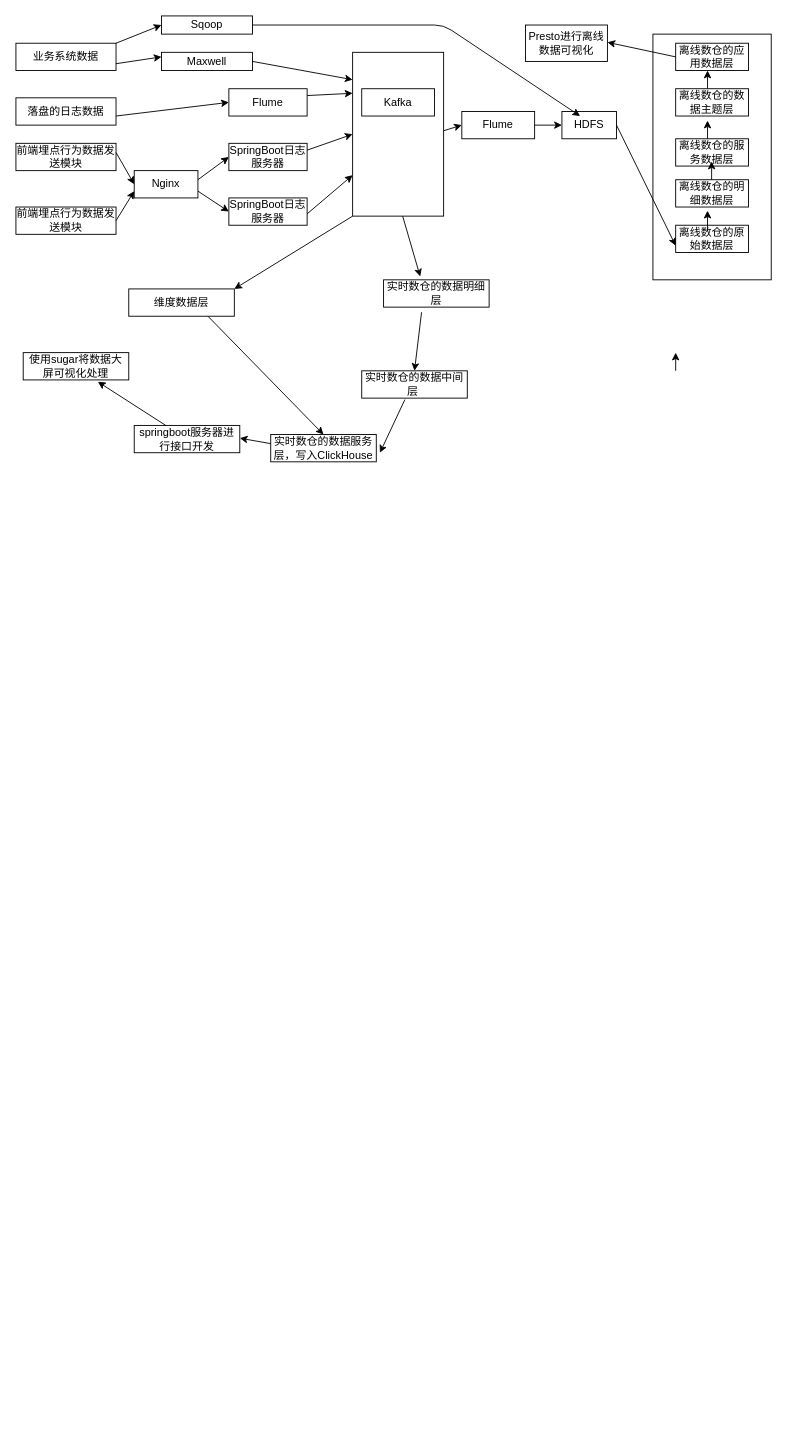
Earlier version of the draw.io diagram Untitled Diagram.drawio (kiedeng/Waking-Up). Source tidied: cells renumbered, new cells numbered last; positions are measured from the earlier drawing's top-left corner, leaving out a move shared by most shapes. Both pictures are drawn from the tidied source at 91%, with x=0, y=0 at pixel (15, 15).
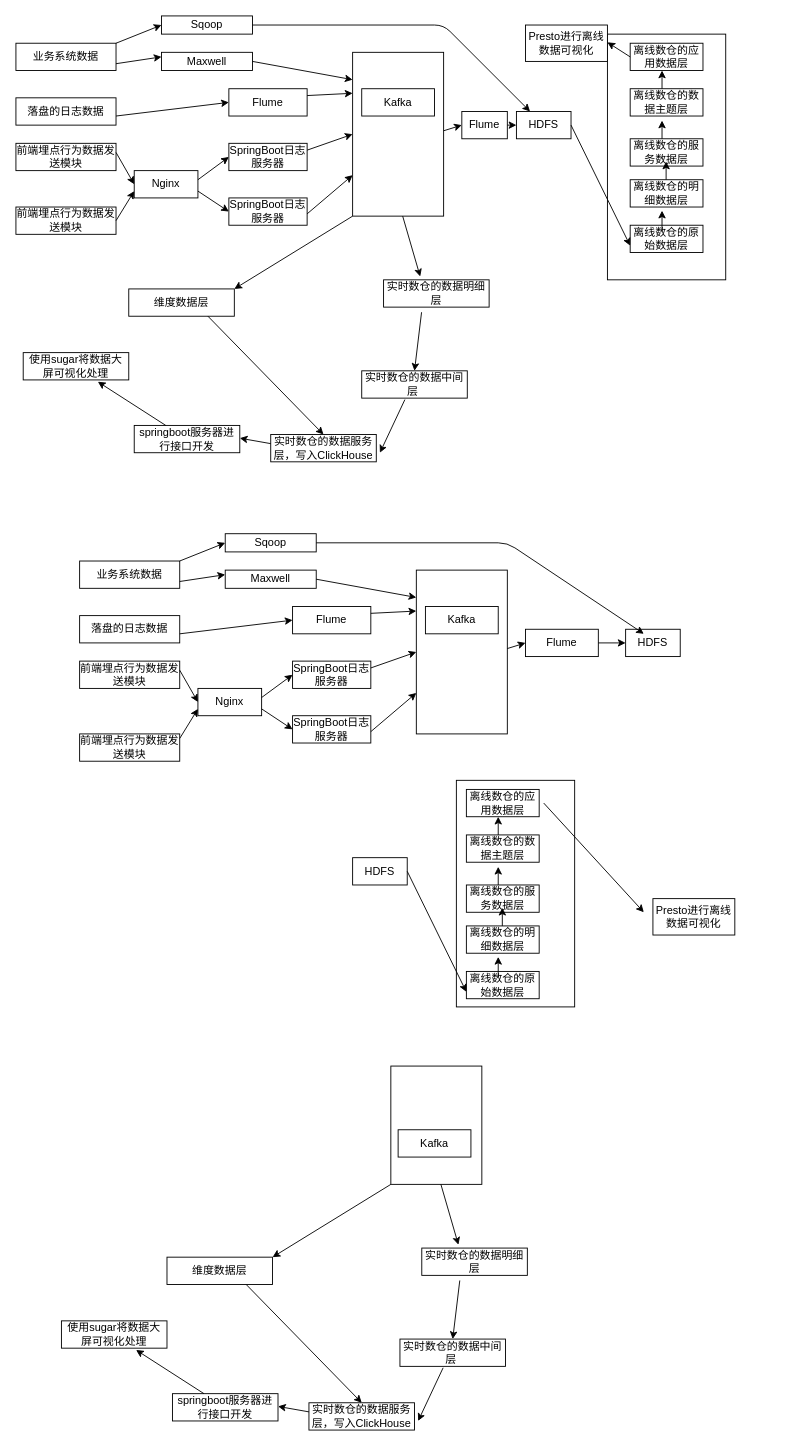
The same page after the edit.

What changed in the source:
```diff
@@
     <mxCell id="14" value="Flume" style="rounded=0;whiteSpace=wrap;html=1;" parent="1" vertex="1">
-      <mxGeometry x="490" y="105" width="80" height="30" as="geometry" />
+      <mxGeometry x="490" y="105" width="50" height="30" as="geometry" />
     </mxCell>
     <mxCell id="15" value="HDFS" style="rounded=0;whiteSpace=wrap;html=1;" parent="1" vertex="1">
-      <mxGeometry x="600" y="105" width="60" height="30" as="geometry" />
+      <mxGeometry x="550" y="105" width="60" height="30" as="geometry" />
     </mxCell>
     <mxCell id="16" style="rounded=0;whiteSpace=wrap;html=1;" parent="1" vertex="1">
-      <mxGeometry x="700" y="20" width="130" height="270" as="geometry" />
+      <mxGeometry x="650" y="20" width="130" height="270" as="geometry" />
     </mxCell>
@@
     <mxCell id="20" value="离线数仓的明细数据层" style="rounded=0;whiteSpace=wrap;html=1;" parent="1" vertex="1">
-      <mxGeometry x="725" y="180" width="80" height="30" as="geometry" />
+      <mxGeometry x="675" y="180" width="80" height="30" as="geometry" />
     </mxCell>
     <mxCell id="21" value="离线数仓的服务数据层" style="rounded=0;whiteSpace=wrap;html=1;" parent="1" vertex="1">
-      <mxGeometry x="725" y="135" width="80" height="30" as="geometry" />
+      <mxGeometry x="675" y="135" width="80" height="30" as="geometry" />
     </mxCell>
     <mxCell id="22" value="离线数仓的数据主题层" style="rounded=0;whiteSpace=wrap;html=1;" parent="1" vertex="1">
-      <mxGeometry x="725" y="80" width="80" height="30" as="geometry" />
+      <mxGeometry x="675" y="80" width="80" height="30" as="geometry" />
     </mxCell>
     <mxCell id="23" value="离线数仓的应用数据层" style="rounded=0;whiteSpace=wrap;html=1;" parent="1" vertex="1">
-      <mxGeometry x="725" y="30" width="80" height="30" as="geometry" />
+      <mxGeometry x="675" y="30" width="80" height="30" as="geometry" />
     </mxCell>
     <mxCell id="24" value="离线数仓的原始数据层" style="rounded=0;whiteSpace=wrap;html=1;" parent="1" vertex="1">
-      <mxGeometry x="725" y="230" width="80" height="30" as="geometry" />
+      <mxGeometry x="675" y="230" width="80" height="30" as="geometry" />
     </mxCell>
@@
     <mxCell id="40" style="endArrow=classic;html=1;exitX=1;exitY=0.25;exitDx=0;exitDy=0;" parent="1" edge="1">
       <mxGeometry relative="1" as="geometry">
         <mxPoint x="570" y="120" as="sourcePoint" />
-        <mxPoint x="600" y="120" as="targetPoint" />
+        <mxPoint x="570" y="120" as="targetPoint" />
       </mxGeometry>
     </mxCell>
@@
     <mxCell id="42" style="endArrow=classic;html=1;exitX=1;exitY=0.25;exitDx=0;exitDy=0;" parent="1" edge="1">
       <mxGeometry relative="1" as="geometry">
-        <mxPoint x="760" y="236.2" as="sourcePoint" />
-        <mxPoint x="760" y="214" as="targetPoint" />
+        <mxPoint x="710" y="236.2" as="sourcePoint" />
+        <mxPoint x="710" y="214" as="targetPoint" />
       </mxGeometry>
     </mxCell>
-    <mxCell id="43" style="endArrow=classic;html=1;" parent="1" edge="1">
-      <mxGeometry relative="1" as="geometry">
-        <mxPoint x="725" y="390" as="sourcePoint" />
-        <mxPoint x="725" y="370" as="targetPoint" />
-      </mxGeometry>
-    </mxCell>
     <mxCell id="44" style="endArrow=classic;html=1;" parent="1" edge="1">
       <mxGeometry relative="1" as="geometry">
-        <mxPoint x="764.5" y="180" as="sourcePoint" />
-        <mxPoint x="764.5" y="160" as="targetPoint" />
+        <mxPoint x="714.5" y="180" as="sourcePoint" />
+        <mxPoint x="714.5" y="160" as="targetPoint" />
       </mxGeometry>
     </mxCell>
     <mxCell id="45" style="endArrow=classic;html=1;" parent="1" edge="1">
       <mxGeometry relative="1" as="geometry">
-        <mxPoint x="760" y="80" as="sourcePoint" />
-        <mxPoint x="760" y="60" as="targetPoint" />
+        <mxPoint x="710" y="80" as="sourcePoint" />
+        <mxPoint x="710" y="60" as="targetPoint" />
       </mxGeometry>
     </mxCell>
     <mxCell id="46" style="endArrow=classic;html=1;" parent="1" edge="1">
       <mxGeometry relative="1" as="geometry">
-        <mxPoint x="760" y="135" as="sourcePoint" />
-        <mxPoint x="760" y="115" as="targetPoint" />
+        <mxPoint x="710" y="135" as="sourcePoint" />
+        <mxPoint x="710" y="115" as="targetPoint" />
       </mxGeometry>
     </mxCell>
@@
-    <mxCell id="56" style="endArrow=classic;html=1;exitX=1;exitY=0;exitDx=0;exitDy=0;" parent="1" edge="1">
+    <mxCell id="56" style="endArrow=classic;html=1;exitX=1;exitY=0;exitDx=0;exitDy=0;entryX=0.25;entryY=0;entryDx=0;entryDy=0;" parent="1" edge="1" target="15">
       <mxGeometry relative="1" as="geometry">
         <mxPoint x="260" y="10" as="sourcePoint" />
-        <mxPoint x="620" y="110" as="targetPoint" />
         <Array as="points">
           <mxPoint x="470" y="10" />
         </Array>
       </mxGeometry>
     </mxCell>
+    <mxCell id="57" value="业务系统数据" style="rounded=0;whiteSpace=wrap;html=1;" parent="1" vertex="1">
+      <mxGeometry x="70" y="599" width="110" height="30" as="geometry" />
+    </mxCell>
+    <mxCell id="58" value="Sqoop" style="rounded=0;whiteSpace=wrap;html=1;" parent="1" vertex="1">
+      <mxGeometry x="230" y="569" width="100" height="20" as="geometry" />
+    </mxCell>
+    <mxCell id="59" value="Maxwell" style="rounded=0;whiteSpace=wrap;html=1;" parent="1" vertex="1">
+      <mxGeometry x="230" y="609" width="100" height="20" as="geometry" />
+    </mxCell>
+    <mxCell id="60" style="endArrow=classic;html=1;exitX=1;exitY=0;exitDx=0;exitDy=0;" parent="1" edge="1" source="57">
+      <mxGeometry relative="1" as="geometry">
+        <mxPoint x="230" y="579" as="targetPoint" />
+      </mxGeometry>
+    </mxCell>
+    <mxCell id="61" value="落盘的日志数据" style="rounded=0;whiteSpace=wrap;html=1;" parent="1" vertex="1">
+      <mxGeometry x="70" y="659" width="110" height="30" as="geometry" />
+    </mxCell>
+    <mxCell id="62" value="前端埋点行为数据发送模块" style="rounded=0;whiteSpace=wrap;html=1;" parent="1" vertex="1">
+      <mxGeometry x="70" y="789" width="110" height="30" as="geometry" />
+    </mxCell>
+    <mxCell id="63" value="前端埋点行为数据发送模块" style="rounded=0;whiteSpace=wrap;html=1;" parent="1" vertex="1">
+      <mxGeometry x="70" y="709" width="110" height="30" as="geometry" />
+    </mxCell>
+    <mxCell id="64" value="Nginx" style="rounded=0;whiteSpace=wrap;html=1;" parent="1" vertex="1">
+      <mxGeometry x="200" y="739" width="70" height="30" as="geometry" />
+    </mxCell>
+    <mxCell id="65" value="SpringBoot日志服务器" style="rounded=0;whiteSpace=wrap;html=1;" parent="1" vertex="1">
+      <mxGeometry x="304" y="709" width="86" height="30" as="geometry" />
+    </mxCell>
+    <mxCell id="66" value="SpringBoot日志服务器" style="rounded=0;whiteSpace=wrap;html=1;" parent="1" vertex="1">
+      <mxGeometry x="304" y="769" width="86" height="30" as="geometry" />
+    </mxCell>
+    <mxCell id="67" style="rounded=0;whiteSpace=wrap;html=1;" parent="1" vertex="1">
+      <mxGeometry x="440" y="609" width="100" height="180" as="geometry" />
+    </mxCell>
+    <mxCell id="68" value="Flume" style="rounded=0;whiteSpace=wrap;html=1;" parent="1" vertex="1">
+      <mxGeometry x="304" y="649" width="86" height="30" as="geometry" />
+    </mxCell>
+    <mxCell id="69" value="Flume" style="rounded=0;whiteSpace=wrap;html=1;" parent="1" vertex="1">
+      <mxGeometry x="560" y="674" width="80" height="30" as="geometry" />
+    </mxCell>
+    <mxCell id="70" value="HDFS" style="rounded=0;whiteSpace=wrap;html=1;" parent="1" vertex="1">
+      <mxGeometry x="670" y="674" width="60" height="30" as="geometry" />
+    </mxCell>
+    <mxCell id="71" value="Kafka" style="rounded=0;whiteSpace=wrap;html=1;" parent="1" vertex="1">
+      <mxGeometry x="450" y="649" width="80" height="30" as="geometry" />
+    </mxCell>
+    <mxCell id="72" style="endArrow=classic;html=1;exitX=1;exitY=0.75;exitDx=0;exitDy=0;entryX=0;entryY=0.25;entryDx=0;entryDy=0;" parent="1" edge="1" source="57" target="59">
+      <mxGeometry relative="1" as="geometry" />
+    </mxCell>
+    <mxCell id="73" style="endArrow=classic;html=1;exitX=1;exitY=0;exitDx=0;exitDy=0;entryX=0;entryY=0.5;entryDx=0;entryDy=0;" parent="1" edge="1" target="68">
+      <mxGeometry relative="1" as="geometry">
+        <mxPoint x="180" y="679" as="sourcePoint" />
+      </mxGeometry>
+    </mxCell>
+    <mxCell id="74" style="endArrow=classic;html=1;exitX=1;exitY=0;exitDx=0;exitDy=0;entryX=0;entryY=0.5;entryDx=0;entryDy=0;" parent="1" edge="1" target="64">
+      <mxGeometry relative="1" as="geometry">
+        <mxPoint x="180" y="719" as="sourcePoint" />
+      </mxGeometry>
+    </mxCell>
+    <mxCell id="75" style="endArrow=classic;html=1;exitX=1;exitY=0.5;exitDx=0;exitDy=0;entryX=0;entryY=0.75;entryDx=0;entryDy=0;" parent="1" edge="1" target="64">
+      <mxGeometry relative="1" as="geometry">
+        <mxPoint x="180" y="794" as="sourcePoint" />
+      </mxGeometry>
+    </mxCell>
+    <mxCell id="76" style="endArrow=classic;html=1;exitX=1;exitY=0;exitDx=0;exitDy=0;entryX=0;entryY=0.5;entryDx=0;entryDy=0;" parent="1" edge="1" target="65">
+      <mxGeometry relative="1" as="geometry">
+        <mxPoint x="270" y="749" as="sourcePoint" />
+      </mxGeometry>
+    </mxCell>
+    <mxCell id="77" style="endArrow=classic;html=1;exitX=1;exitY=0.75;exitDx=0;exitDy=0;entryX=0;entryY=0.5;entryDx=0;entryDy=0;" parent="1" edge="1" source="64" target="66">
+      <mxGeometry relative="1" as="geometry" />
+    </mxCell>
+    <mxCell id="78" style="endArrow=classic;html=1;exitX=1;exitY=0.25;exitDx=0;exitDy=0;entryX=0;entryY=0.25;entryDx=0;entryDy=0;" parent="1" edge="1" source="68" target="67">
+      <mxGeometry relative="1" as="geometry" />
+    </mxCell>
+    <mxCell id="79" style="endArrow=classic;html=1;exitX=1;exitY=0.25;exitDx=0;exitDy=0;entryX=0;entryY=0.5;entryDx=0;entryDy=0;" parent="1" edge="1" source="65" target="67">
+      <mxGeometry relative="1" as="geometry" />
+    </mxCell>
+    <mxCell id="80" style="endArrow=classic;html=1;exitX=1;exitY=0.25;exitDx=0;exitDy=0;entryX=0;entryY=0.75;entryDx=0;entryDy=0;" parent="1" edge="1" target="67">
+      <mxGeometry relative="1" as="geometry">
+        <mxPoint x="390" y="786.5" as="sourcePoint" />
+      </mxGeometry>
+    </mxCell>
+    <mxCell id="81" style="endArrow=classic;html=1;exitX=1;exitY=0.25;exitDx=0;exitDy=0;entryX=0;entryY=0.5;entryDx=0;entryDy=0;" parent="1" edge="1" target="69">
+      <mxGeometry relative="1" as="geometry">
+        <mxPoint x="540" y="695.2" as="sourcePoint" />
+      </mxGeometry>
+    </mxCell>
+    <mxCell id="82" style="endArrow=classic;html=1;exitX=1;exitY=0.25;exitDx=0;exitDy=0;" parent="1" edge="1">
+      <mxGeometry relative="1" as="geometry">
+        <mxPoint x="640" y="689" as="sourcePoint" />
+        <mxPoint x="670" y="689" as="targetPoint" />
+      </mxGeometry>
+    </mxCell>
+    <mxCell id="83" style="endArrow=classic;html=1;exitX=1;exitY=0.75;exitDx=0;exitDy=0;entryX=0;entryY=0.167;entryDx=0;entryDy=0;entryPerimeter=0;" parent="1" edge="1" target="67">
+      <mxGeometry relative="1" as="geometry">
+        <mxPoint x="330" y="619" as="sourcePoint" />
+      </mxGeometry>
+    </mxCell>
+    <mxCell id="84" style="endArrow=classic;html=1;exitX=1;exitY=0;exitDx=0;exitDy=0;" parent="1" edge="1">
+      <mxGeometry relative="1" as="geometry">
+        <mxPoint x="330" y="579" as="sourcePoint" />
+        <mxPoint x="690" y="679" as="targetPoint" />
+        <Array as="points">
+          <mxPoint x="540" y="579" />
+        </Array>
+      </mxGeometry>
+    </mxCell>
+    <mxCell id="85" style="rounded=0;whiteSpace=wrap;html=1;" parent="1" vertex="1">
+      <mxGeometry x="412" y="1154" width="100" height="130" as="geometry" />
+    </mxCell>
+    <mxCell id="86" value="Kafka" style="rounded=0;whiteSpace=wrap;html=1;" parent="1" vertex="1">
+      <mxGeometry x="420" y="1224" width="80" height="30" as="geometry" />
+    </mxCell>
+    <mxCell id="87" value="实时数仓的数据明细层" style="rounded=0;whiteSpace=wrap;html=1;" parent="1" vertex="1">
+      <mxGeometry x="446" y="1354" width="116" height="30" as="geometry" />
+    </mxCell>
+    <mxCell id="88" value="实时数仓的数据中间层&lt;span style=&quot;white-space: pre&quot;&gt; &lt;/span&gt;" style="rounded=0;whiteSpace=wrap;html=1;" parent="1" vertex="1">
+      <mxGeometry x="422" y="1454" width="116" height="30" as="geometry" />
+    </mxCell>
+    <mxCell id="89" value="实时数仓的数据服务层，写入ClickHouse" style="rounded=0;whiteSpace=wrap;html=1;" parent="1" vertex="1">
+      <mxGeometry x="322" y="1524" width="116" height="30" as="geometry" />
+    </mxCell>
+    <mxCell id="90" value="springboot服务器进行接口开发" style="rounded=0;whiteSpace=wrap;html=1;" parent="1" vertex="1">
+      <mxGeometry x="172" y="1514" width="116" height="30" as="geometry" />
+    </mxCell>
+    <mxCell id="91" value="使用sugar将数据大屏可视化处理" style="rounded=0;whiteSpace=wrap;html=1;" parent="1" vertex="1">
+      <mxGeometry x="50" y="1434" width="116" height="30" as="geometry" />
+    </mxCell>
+    <mxCell id="92" value="维度数据层" style="rounded=0;whiteSpace=wrap;html=1;" parent="1" vertex="1">
+      <mxGeometry x="166" y="1364" width="116" height="30" as="geometry" />
+    </mxCell>
+    <mxCell id="93" style="endArrow=classic;html=1;exitX=1;exitY=0.5;exitDx=0;exitDy=0;entryX=0.347;entryY=-0.12;entryDx=0;entryDy=0;entryPerimeter=0;" parent="1" edge="1" target="87">
+      <mxGeometry relative="1" as="geometry">
+        <mxPoint x="467" y="1284" as="sourcePoint" />
+      </mxGeometry>
+    </mxCell>
+    <mxCell id="94" style="endArrow=classic;html=1;exitX=1;exitY=0.5;exitDx=0;exitDy=0;entryX=1;entryY=0;entryDx=0;entryDy=0;" parent="1" edge="1" target="92">
+      <mxGeometry relative="1" as="geometry">
+        <mxPoint x="412" y="1284" as="sourcePoint" />
+      </mxGeometry>
+    </mxCell>
+    <mxCell id="95" style="endArrow=classic;html=1;exitX=0.75;exitY=1;exitDx=0;exitDy=0;entryX=0.5;entryY=0;entryDx=0;entryDy=0;" parent="1" edge="1" source="92" target="89">
+      <mxGeometry relative="1" as="geometry" />
+    </mxCell>
+    <mxCell id="96" style="endArrow=classic;html=1;exitX=0.36;exitY=1.187;exitDx=0;exitDy=0;exitPerimeter=0;entryX=0.5;entryY=0;entryDx=0;entryDy=0;" parent="1" edge="1" source="87" target="88">
+      <mxGeometry relative="1" as="geometry" />
+    </mxCell>
+    <mxCell id="97" style="endArrow=classic;html=1;exitX=0.409;exitY=1.053;exitDx=0;exitDy=0;exitPerimeter=0;" parent="1" edge="1" source="88">
+      <mxGeometry relative="1" as="geometry">
+        <mxPoint x="442" y="1544" as="targetPoint" />
+      </mxGeometry>
+    </mxCell>
+    <mxCell id="98" style="endArrow=classic;html=1;" parent="1" edge="1">
+      <mxGeometry relative="1" as="geometry">
+        <mxPoint x="322" y="1534" as="sourcePoint" />
+        <mxPoint x="288" y="1528" as="targetPoint" />
+      </mxGeometry>
+    </mxCell>
+    <mxCell id="99" style="endArrow=classic;html=1;" parent="1" edge="1" source="90">
+      <mxGeometry relative="1" as="geometry">
+        <mxPoint x="132" y="1466" as="targetPoint" />
+      </mxGeometry>
+    </mxCell>
+    <mxCell id="100" value="HDFS" style="rounded=0;whiteSpace=wrap;html=1;" parent="1" vertex="1">
+      <mxGeometry x="370" y="925" width="60" height="30" as="geometry" />
+    </mxCell>
+    <mxCell id="101" style="rounded=0;whiteSpace=wrap;html=1;" parent="1" vertex="1">
+      <mxGeometry x="484" y="840" width="130" height="249" as="geometry" />
+    </mxCell>
+    <mxCell id="102" value="Presto进行离线数据可视化" style="rounded=0;whiteSpace=wrap;html=1;" parent="1" vertex="1">
+      <mxGeometry x="700" y="970" width="90" height="40" as="geometry" />
+    </mxCell>
+    <mxCell id="103" value="离线数仓的明细数据层" style="rounded=0;whiteSpace=wrap;html=1;" parent="1" vertex="1">
+      <mxGeometry x="495" y="1000" width="80" height="30" as="geometry" />
+    </mxCell>
+    <mxCell id="104" value="离线数仓的服务数据层" style="rounded=0;whiteSpace=wrap;html=1;" parent="1" vertex="1">
+      <mxGeometry x="495" y="955" width="80" height="30" as="geometry" />
+    </mxCell>
+    <mxCell id="105" value="离线数仓的数据主题层" style="rounded=0;whiteSpace=wrap;html=1;" parent="1" vertex="1">
+      <mxGeometry x="495" y="900" width="80" height="30" as="geometry" />
+    </mxCell>
+    <mxCell id="106" value="离线数仓的应用数据层" style="rounded=0;whiteSpace=wrap;html=1;" parent="1" vertex="1">
+      <mxGeometry x="495" y="850" width="80" height="30" as="geometry" />
+    </mxCell>
+    <mxCell id="107" value="离线数仓的原始数据层" style="rounded=0;whiteSpace=wrap;html=1;" parent="1" vertex="1">
+      <mxGeometry x="495" y="1050" width="80" height="30" as="geometry" />
+    </mxCell>
+    <mxCell id="108" style="endArrow=classic;html=1;exitX=1;exitY=0.5;exitDx=0;exitDy=0;entryX=0;entryY=0.75;entryDx=0;entryDy=0;" parent="1" edge="1" source="100" target="107">
+      <mxGeometry relative="1" as="geometry" />
+    </mxCell>
+    <mxCell id="109" style="endArrow=classic;html=1;exitX=1;exitY=0.25;exitDx=0;exitDy=0;" parent="1" edge="1">
+      <mxGeometry relative="1" as="geometry">
+        <mxPoint x="530" y="1056.2" as="sourcePoint" />
+        <mxPoint x="530" y="1034" as="targetPoint" />
+      </mxGeometry>
+    </mxCell>
+    <mxCell id="110" style="endArrow=classic;html=1;" parent="1" edge="1">
+      <mxGeometry relative="1" as="geometry">
+        <mxPoint x="534.5" y="1000" as="sourcePoint" />
+        <mxPoint x="534.5" y="980" as="targetPoint" />
+      </mxGeometry>
+    </mxCell>
+    <mxCell id="111" style="endArrow=classic;html=1;" parent="1" edge="1">
+      <mxGeometry relative="1" as="geometry">
+        <mxPoint x="530" y="900" as="sourcePoint" />
+        <mxPoint x="530" y="880" as="targetPoint" />
+      </mxGeometry>
+    </mxCell>
+    <mxCell id="112" style="endArrow=classic;html=1;" parent="1" edge="1">
+      <mxGeometry relative="1" as="geometry">
+        <mxPoint x="530" y="955" as="sourcePoint" />
+        <mxPoint x="530" y="935" as="targetPoint" />
+      </mxGeometry>
+    </mxCell>
+    <mxCell id="113" style="endArrow=classic;html=1;" parent="1" edge="1">
+      <mxGeometry relative="1" as="geometry">
+        <mxPoint x="580" y="865" as="sourcePoint" />
+        <mxPoint x="690" y="985" as="targetPoint" />
+      </mxGeometry>
+    </mxCell>
+    <mxCell id="114" style="endArrow=classic;html=1;exitX=1;exitY=0.25;exitDx=0;exitDy=0;" parent="1" edge="1">
+      <mxGeometry relative="1" as="geometry">
+        <mxPoint x="540" y="120" as="sourcePoint" />
+        <mxPoint x="550" y="120" as="targetPoint" />
+      </mxGeometry>
+    </mxCell>
```
